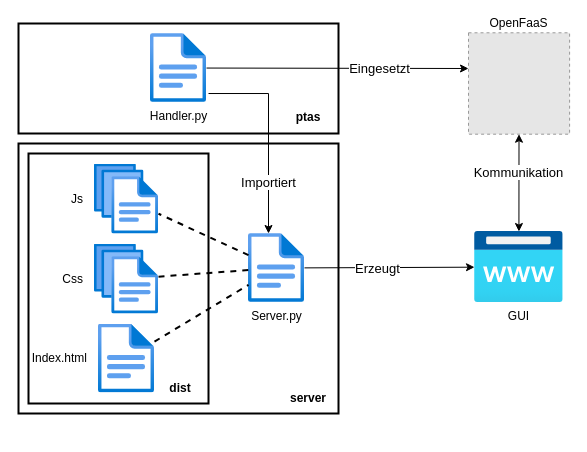
JadKHaddad/Openfaas-Performance-Testing-as-a-Service keeps this draw.io diagram as drawio/structure.drawio. Above is the earlier version. Source tidied: cells renumbered, new cells numbered last; positions are measured from the earlier drawing's top-left corner, leaving out a move shared by most shapes. Both pictures are drawn from the tidied source at 100%, with x=0, y=0 at pixel (18, 23). Pictures stored in the file or linked from it are replaced by grey dashed boxes.
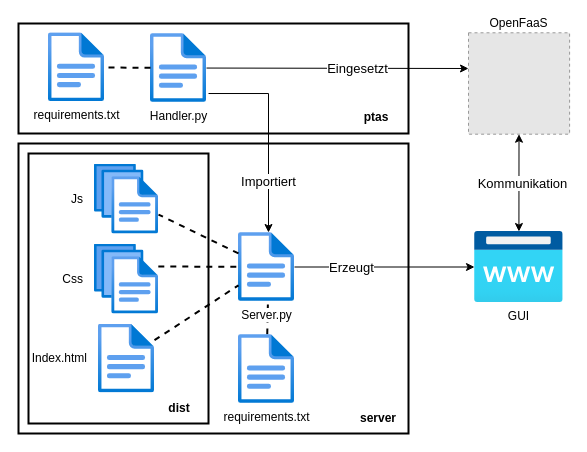
The same page after the edit.

The change refers to these unchanged cells:
```xml
<mxCell id="8" value="Css&amp;nbsp; &amp;nbsp;" style="html=1;points=[];align=right;image;fontSize=12;image=img/lib/azure2/general/Files.svg;labelPosition=left;verticalLabelPosition=middle;verticalAlign=middle;" parent="1" vertex="1">
  <mxGeometry x="76" y="220.5" width="64" height="70" as="geometry" />
</mxCell>
<mxCell id="13" value="Handler.py" style="html=1;points=[];align=center;image;fontSize=12;image=img/lib/azure2/general/File.svg;" parent="1" vertex="1">
  <mxGeometry x="132" y="10" width="56" height="69" as="geometry" />
</mxCell>
<mxCell id="16" style="endArrow=classic;startArrow=none;html=1;rounded=0;fontColor=#3333FF;strokeWidth=1;startFill=0;" parent="1" edge="1" source="6" target="5">
  <mxGeometry relative="1" as="geometry" />
</mxCell>
<mxCell id="22" style="endArrow=classic;html=1;rounded=0;" parent="1" edge="1" source="13">
  <mxGeometry relative="1" as="geometry">
    <mxPoint x="450" y="45" as="targetPoint" />
  </mxGeometry>
</mxCell>
<mxCell id="24" style="endArrow=classic;startArrow=classic;html=1;rounded=0;fontSize=12;strokeWidth=1;" parent="1" edge="1" source="5" target="21">
  <mxGeometry relative="1" as="geometry" />
</mxCell>
```

Diff of the diagram source:
```diff
@@
+    <mxCell id="26" style="endArrow=none;dashed=1;html=1;rounded=0;fontColor=#000000;strokeWidth=2;entryX=0.525;entryY=1.032;entryDx=0;entryDy=0;entryPerimeter=0;" parent="1" edge="1" source="29" target="6">
+      <mxGeometry relative="1" as="geometry" />
+    </mxCell>
     <mxCell id="2" style="rounded=0;whiteSpace=wrap;html=1;fillColor=none;strokeColor=#000000;strokeWidth=2;" parent="1" vertex="1">
-      <mxGeometry width="320" height="110" as="geometry" />
+      <mxGeometry width="390" height="110" as="geometry" />
     </mxCell>
     <mxCell id="3" style="rounded=0;whiteSpace=wrap;html=1;fillColor=none;strokeColor=#000000;strokeWidth=2;" parent="1" vertex="1">
-      <mxGeometry y="120" width="320" height="270" as="geometry" />
+      <mxGeometry y="120" width="390" height="290" as="geometry" />
     </mxCell>
     <mxCell id="4" style="rounded=0;whiteSpace=wrap;html=1;fillColor=none;strokeColor=#000000;strokeWidth=2;" parent="1" vertex="1">
-      <mxGeometry x="10" y="130" width="180" height="250" as="geometry" />
+      <mxGeometry x="10" y="130" width="180" height="270" as="geometry" />
     </mxCell>
@@
     <mxCell id="6" value="Server.py" style="html=1;points=[];align=center;image;fontSize=12;image=img/lib/azure2/general/File.svg;" parent="1" vertex="1">
-      <mxGeometry x="230" y="210" width="56" height="69" as="geometry" />
+      <mxGeometry x="220" y="209" width="56" height="69" as="geometry" />
     </mxCell>
@@
-    <mxCell id="11" style="endArrow=none;dashed=1;html=1;rounded=0;fontColor=#000000;strokeWidth=2;" parent="1" edge="1" source="8" target="6">
+    <mxCell id="11" style="endArrow=none;dashed=1;html=1;rounded=0;fontColor=#000000;strokeWidth=2;exitX=0.997;exitY=0.321;exitDx=0;exitDy=0;exitPerimeter=0;" parent="1" edge="1" source="8" target="6">
       <mxGeometry relative="1" as="geometry" />
     </mxCell>
@@
     <mxCell id="17" value="Erzeugt" style="edgeLabel;html=1;align=center;verticalAlign=middle;fontSize=13;" parent="16" vertex="1">
       <mxGeometry x="-0.11" y="-1" relative="1" as="geometry">
-        <mxPoint x="-4" y="-1" as="offset" />
+        <mxPoint x="-24" y="-1" as="offset" />
       </mxGeometry>
     </mxCell>
     <mxCell id="18" value="&lt;b&gt;ptas&lt;/b&gt;" style="text;html=1;strokeColor=none;fillColor=none;align=center;verticalAlign=middle;whiteSpace=wrap;rounded=0;" parent="1" vertex="1">
-      <mxGeometry x="260" y="79" width="60" height="30" as="geometry" />
+      <mxGeometry x="328" y="79" width="60" height="30" as="geometry" />
     </mxCell>
     <mxCell id="19" value="&lt;b&gt;dist&lt;/b&gt;" style="text;html=1;strokeColor=none;fillColor=none;align=center;verticalAlign=middle;whiteSpace=wrap;rounded=0;" parent="1" vertex="1">
-      <mxGeometry x="132" y="350" width="60" height="30" as="geometry" />
+      <mxGeometry x="131" y="370" width="60" height="30" as="geometry" />
     </mxCell>
     <mxCell id="20" value="&lt;b&gt;server&lt;/b&gt;" style="text;html=1;strokeColor=none;fillColor=none;align=center;verticalAlign=middle;whiteSpace=wrap;rounded=0;" parent="1" vertex="1">
-      <mxGeometry x="260" y="360" width="60" height="30" as="geometry" />
+      <mxGeometry x="330" y="380" width="60" height="30" as="geometry" />
     </mxCell>
@@
     <mxCell id="23" value="&lt;font style=&quot;font-size: 13px;&quot;&gt;Eingesetzt&lt;/font&gt;" style="edgeLabel;html=1;align=center;verticalAlign=middle;fontSize=13;" parent="22" vertex="1">
       <mxGeometry x="0.27" relative="1" as="geometry">
-        <mxPoint x="7" as="offset" />
+        <mxPoint x="-15" as="offset" />
       </mxGeometry>
     </mxCell>
@@
     <mxCell id="25" value="Kommunikation" style="edgeLabel;html=1;align=center;verticalAlign=middle;fontSize=13;" parent="24" vertex="1">
       <mxGeometry x="0.27" y="1" relative="1" as="geometry">
-        <mxPoint y="3" as="offset" />
+        <mxPoint x="4" y="14" as="offset" />
       </mxGeometry>
     </mxCell>
+    <mxCell id="27" value="requirements.txt" style="html=1;points=[];align=center;image;fontSize=12;image=img/lib/azure2/general/File.svg;" parent="1" vertex="1">
+      <mxGeometry x="30" y="9.3" width="56" height="69" as="geometry" />
+    </mxCell>
+    <mxCell id="28" style="endArrow=none;dashed=1;html=1;rounded=0;fontColor=#000000;strokeWidth=2;" parent="1" edge="1" source="13" target="27">
+      <mxGeometry relative="1" as="geometry" />
+    </mxCell>
+    <mxCell id="29" value="requirements.txt" style="html=1;points=[];align=center;image;fontSize=12;image=img/lib/azure2/general/File.svg;" parent="1" vertex="1">
+      <mxGeometry x="220" y="311" width="56" height="69" as="geometry" />
+    </mxCell>
```
